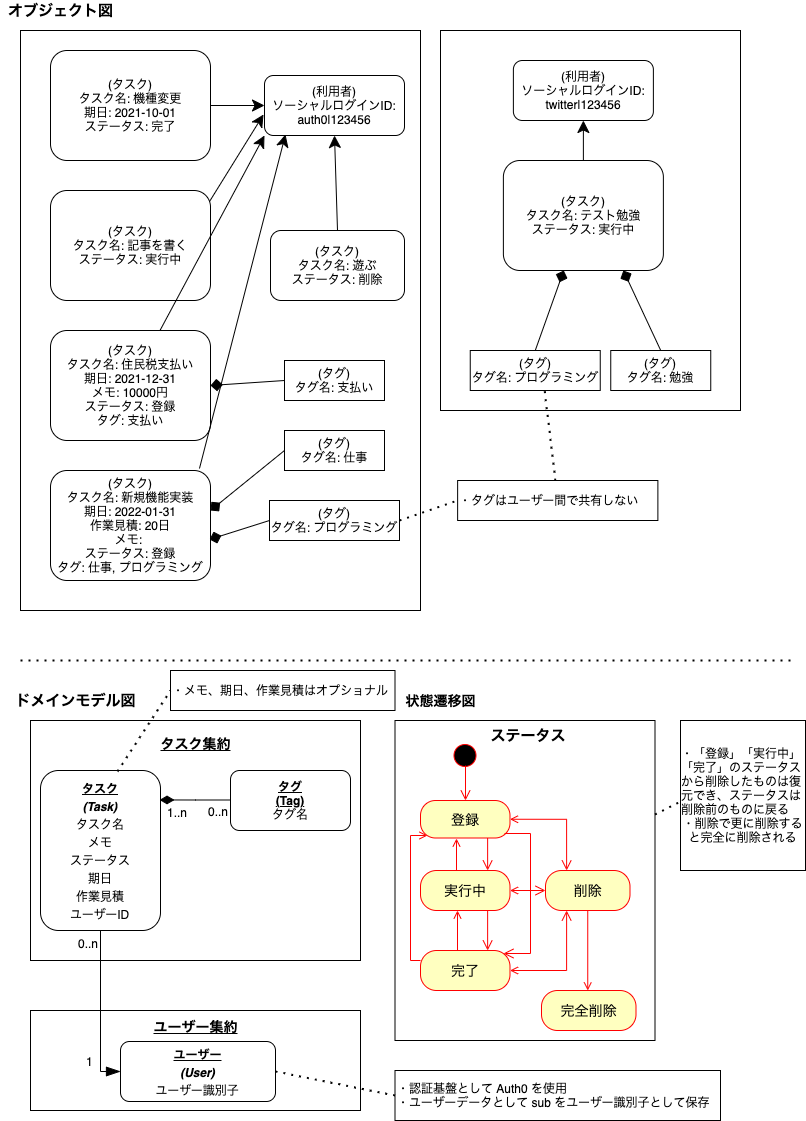
Earlier version of the draw.io export modeling/オブジェクト図・ドメインモデル図.png (technote-space/ddd-cqrs-pattern). Source tidied: cells renumbered, new cells last; positions are measured from the earlier drawing's top-left corner, leaving out a move shared by most shapes.
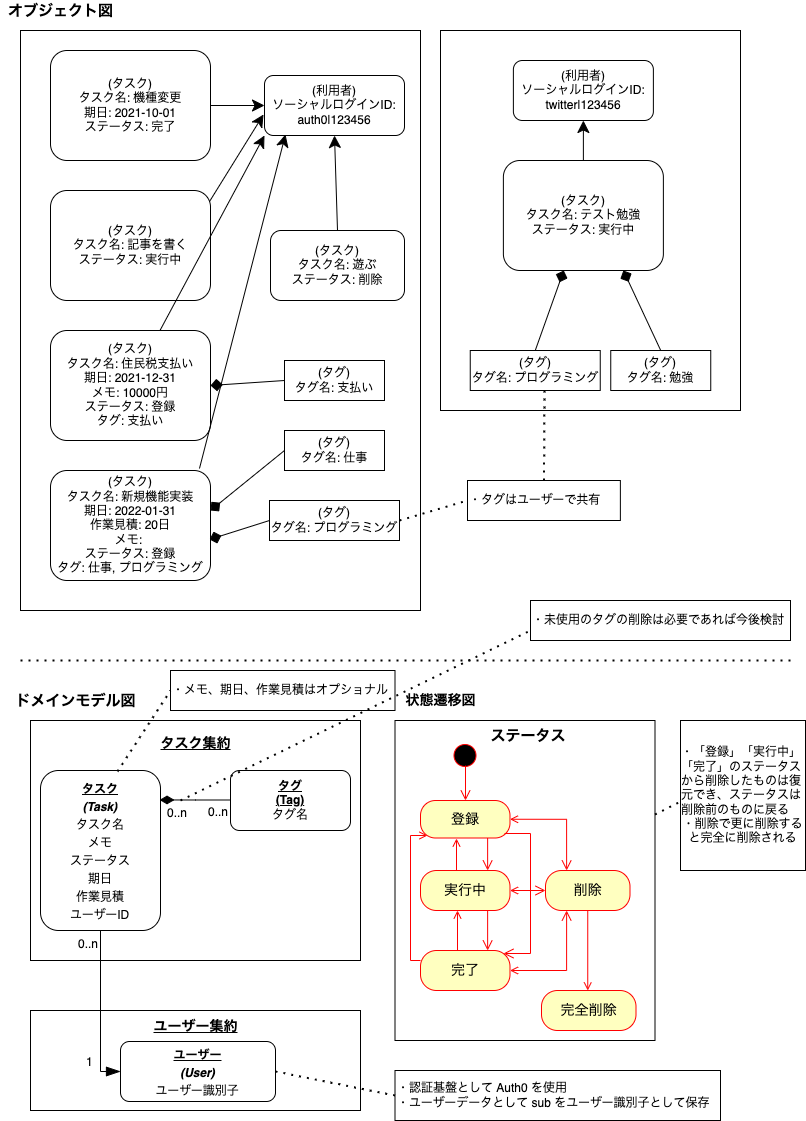
The same diagram one commit later.

Diff of the diagram source:
```diff
@@ -175,7 +175,7 @@
         <mxPoint x="-24" y="-2" as="offset" />
       </mxGeometry>
     </mxCell>
-    <mxCell id="53" value="1..n" style="edgeLabel;html=1;align=right;verticalAlign=top;fontSize=12;fillColor=default;" parent="51" vertex="1">
+    <mxCell id="53" value="0..n" style="edgeLabel;html=1;align=right;verticalAlign=top;fontSize=12;fillColor=default;" parent="51" vertex="1">
       <mxGeometry x="1" relative="1" as="geometry">
         <mxPoint x="28" as="offset" />
       </mxGeometry>
@@ -224,8 +224,8 @@
     <mxCell id="67" value="(タグ)&lt;br&gt;タグ名: プログラミング" style="rounded=0;whiteSpace=wrap;html=1;" parent="1" vertex="1">
       <mxGeometry x="469.8" y="350" width="130" height="40" as="geometry" />
     </mxCell>
-    <mxCell id="68" value="・タグはユーザー間で共有しない" style="rounded=0;whiteSpace=wrap;html=1;align=left;" parent="1" vertex="1">
-      <mxGeometry x="457.1" y="480" width="200.2" height="40" as="geometry" />
+    <mxCell id="68" value="・タグはユーザーで共有" style="rounded=0;whiteSpace=wrap;html=1;align=left;" parent="1" vertex="1">
+      <mxGeometry x="467" y="480" width="152.9" height="40" as="geometry" />
     </mxCell>
     <mxCell id="69" style="endArrow=none;dashed=1;html=1;dashPattern=1 3;strokeWidth=2;rounded=0;entryX=0.571;entryY=0.975;entryDx=0;entryDy=0;entryPerimeter=0;" parent="1" edge="1" source="68" target="67">
       <mxGeometry relative="1" as="geometry" />
@@ -249,5 +249,14 @@
         </Array>
       </mxGeometry>
     </mxCell>
+    <mxCell id="73" style="endArrow=none;dashed=1;html=1;dashPattern=1 3;strokeWidth=2;rounded=0;" parent="1" edge="1">
+      <mxGeometry relative="1" as="geometry">
+        <mxPoint x="180" y="800" as="sourcePoint" />
+        <mxPoint x="530" y="630" as="targetPoint" />
+      </mxGeometry>
+    </mxCell>
+    <mxCell id="74" value="・未使用のタグの削除は必要であれば今後検討" style="rounded=0;whiteSpace=wrap;html=1;align=left;" parent="1" vertex="1">
+      <mxGeometry x="530" y="600" width="260" height="40" as="geometry" />
+    </mxCell>
   </root>
 </mxGraphModel>
```
